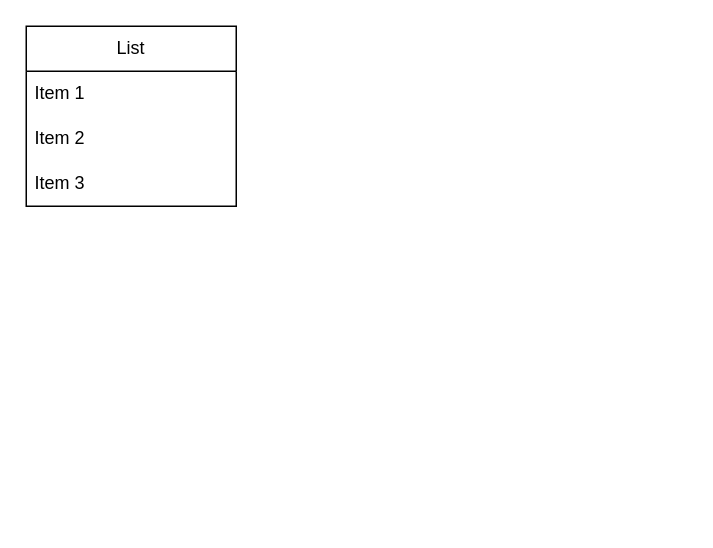
livramos/Modelagem-de-Dados- keeps this draw.io diagram as page "Página-2" (2 of 2) of porva pt 2.drawio. Above is the earlier version. Source tidied: cells renumbered, new cells numbered last; positions are measured from the earlier drawing's top-left corner, leaving out a move shared by most shapes. Both pictures are drawn from the tidied source at 150%, with x=0, y=0 at pixel (26, 26).
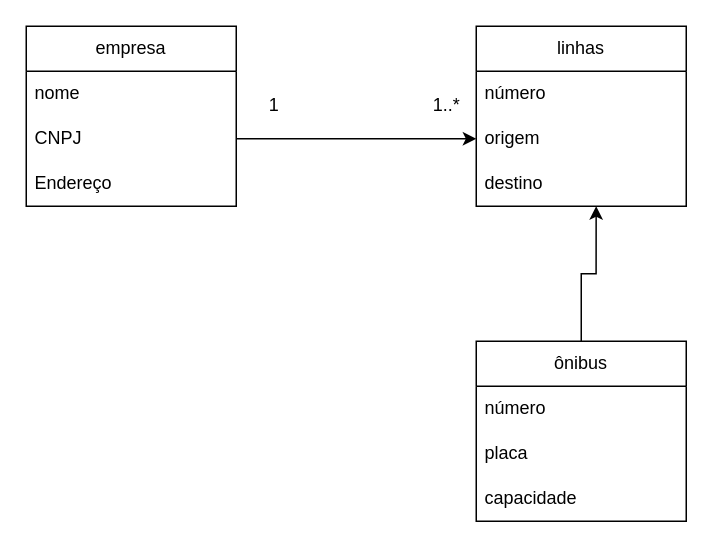
The same diagram, later.

The edit, as a diff of the source:
```diff
@@
 <mxGraphModel>
   <root>
     <mxCell id="0" />
     <mxCell id="1" parent="0" />
-    <mxCell id="2" value="List" style="swimlane;fontStyle=0;horizontal=1;startSize=30;whiteSpace=wrap;html=1;" parent="1" vertex="1">
+    <mxCell id="2" value="empresa" style="swimlane;fontStyle=0;horizontal=1;startSize=30;whiteSpace=wrap;html=1;" parent="1" vertex="1">
       <mxGeometry width="140" height="120" as="geometry" />
     </mxCell>
-    <mxCell id="3" value="Item 1" style="text;strokeColor=none;fillColor=none;align=left;verticalAlign=middle;spacingLeft=4;spacingRight=4;overflow=hidden;whiteSpace=wrap;html=1;" parent="2" vertex="1">
+    <mxCell id="3" value="nome" style="text;strokeColor=none;fillColor=none;align=left;verticalAlign=middle;spacingLeft=4;spacingRight=4;overflow=hidden;whiteSpace=wrap;html=1;" parent="2" vertex="1">
       <mxGeometry y="30" width="140" height="30" as="geometry" />
     </mxCell>
-    <mxCell id="4" value="Item 2" style="text;strokeColor=none;fillColor=none;align=left;verticalAlign=middle;spacingLeft=4;spacingRight=4;overflow=hidden;points=[[0,0.5],[1,0.5]];portConstraint=eastwest;whiteSpace=wrap;html=1;" parent="2" vertex="1">
+    <mxCell id="4" value="CNPJ" style="text;strokeColor=none;fillColor=none;align=left;verticalAlign=middle;spacingLeft=4;spacingRight=4;overflow=hidden;points=[[0,0.5],[1,0.5]];portConstraint=eastwest;whiteSpace=wrap;html=1;" parent="2" vertex="1">
       <mxGeometry y="60" width="140" height="30" as="geometry" />
     </mxCell>
-    <mxCell id="5" value="Item 3" style="text;strokeColor=none;fillColor=none;align=left;verticalAlign=middle;spacingLeft=4;spacingRight=4;overflow=hidden;whiteSpace=wrap;html=1;" parent="2" vertex="1">
+    <mxCell id="5" value="Endereço" style="text;strokeColor=none;fillColor=none;align=left;verticalAlign=middle;spacingLeft=4;spacingRight=4;overflow=hidden;whiteSpace=wrap;html=1;" parent="2" vertex="1">
       <mxGeometry y="90" width="140" height="30" as="geometry" />
     </mxCell>
+    <mxCell id="6" value="linhas" style="swimlane;fontStyle=0;horizontal=1;startSize=30;whiteSpace=wrap;html=1;" parent="1" vertex="1">
+      <mxGeometry x="300" width="140" height="120" as="geometry" />
+    </mxCell>
+    <mxCell id="7" value="número" style="text;strokeColor=none;fillColor=none;align=left;verticalAlign=middle;spacingLeft=4;spacingRight=4;overflow=hidden;whiteSpace=wrap;html=1;" parent="6" vertex="1">
+      <mxGeometry y="30" width="140" height="30" as="geometry" />
+    </mxCell>
+    <mxCell id="8" value="origem" style="text;strokeColor=none;fillColor=none;align=left;verticalAlign=middle;spacingLeft=4;spacingRight=4;overflow=hidden;points=[[0,0.5],[1,0.5]];portConstraint=eastwest;whiteSpace=wrap;html=1;" parent="6" vertex="1">
+      <mxGeometry y="60" width="140" height="30" as="geometry" />
+    </mxCell>
+    <mxCell id="9" value="destino" style="text;strokeColor=none;fillColor=none;align=left;verticalAlign=middle;spacingLeft=4;spacingRight=4;overflow=hidden;points=[[0,0.5],[1,0.5]];portConstraint=eastwest;whiteSpace=wrap;html=1;" parent="6" vertex="1">
+      <mxGeometry y="90" width="140" height="30" as="geometry" />
+    </mxCell>
+    <mxCell id="10" style="edgeStyle=orthogonalEdgeStyle;rounded=0;jettySize=auto;html=1;" parent="1" edge="1" source="4" target="8">
+      <mxGeometry relative="1" as="geometry" />
+    </mxCell>
+    <mxCell id="11" value="1..*" style="text;html=1;align=center;verticalAlign=middle;strokeColor=none;fillColor=none;" parent="1" vertex="1">
+      <mxGeometry x="260" y="38" width="40" height="30" as="geometry" />
+    </mxCell>
+    <mxCell id="12" value="1" style="text;html=1;align=center;verticalAlign=middle;strokeColor=none;fillColor=none;" parent="1" vertex="1">
+      <mxGeometry x="150" y="38" width="30" height="30" as="geometry" />
+    </mxCell>
+    <mxCell id="13" value="ônibus" style="swimlane;fontStyle=0;horizontal=1;startSize=30;whiteSpace=wrap;html=1;" parent="1" vertex="1">
+      <mxGeometry x="300" y="210" width="140" height="120" as="geometry" />
+    </mxCell>
+    <mxCell id="14" value="número" style="text;strokeColor=none;fillColor=none;align=left;verticalAlign=middle;spacingLeft=4;spacingRight=4;overflow=hidden;whiteSpace=wrap;html=1;" parent="13" vertex="1">
+      <mxGeometry y="30" width="140" height="30" as="geometry" />
+    </mxCell>
+    <mxCell id="15" value="placa" style="text;strokeColor=none;fillColor=none;align=left;verticalAlign=middle;spacingLeft=4;spacingRight=4;overflow=hidden;whiteSpace=wrap;html=1;" parent="13" vertex="1">
+      <mxGeometry y="60" width="140" height="30" as="geometry" />
+    </mxCell>
+    <mxCell id="16" value="capacidade" style="text;strokeColor=none;fillColor=none;align=left;verticalAlign=middle;spacingLeft=4;spacingRight=4;overflow=hidden;whiteSpace=wrap;html=1;" parent="13" vertex="1">
+      <mxGeometry y="90" width="140" height="30" as="geometry" />
+    </mxCell>
+    <mxCell id="17" style="edgeStyle=orthogonalEdgeStyle;rounded=0;jettySize=auto;html=1;entryX=0.571;entryY=1;entryDx=0;entryDy=0;entryPerimeter=0;" parent="1" edge="1" source="13" target="9">
+      <mxGeometry relative="1" as="geometry" />
+    </mxCell>
   </root>
 </mxGraphModel>
```
